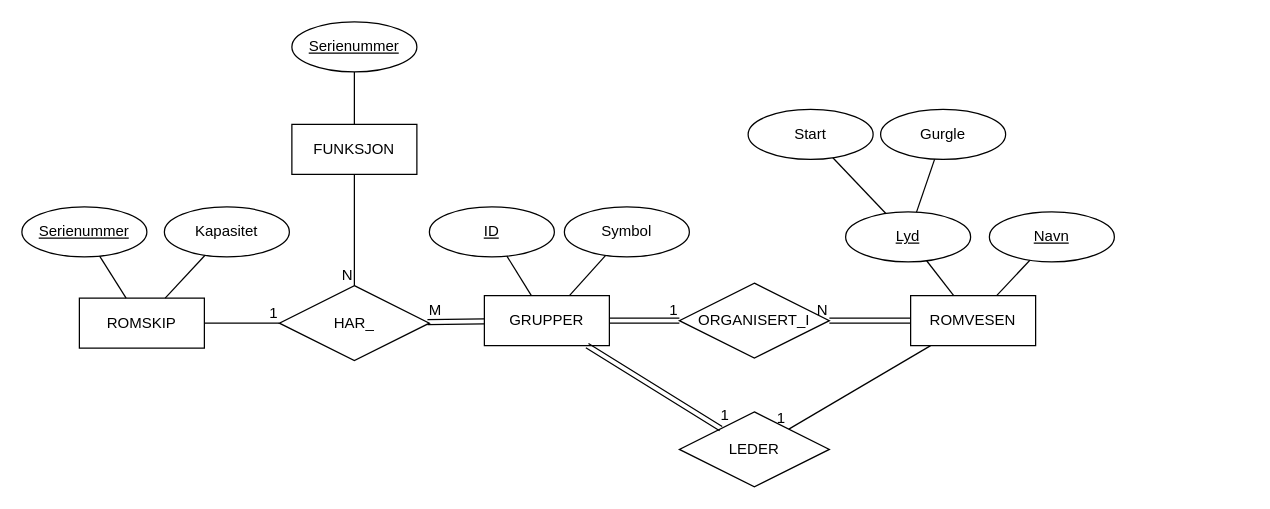
harepus/in2090 keeps this draw.io diagram as oppgave3.drawio. Above is the earlier version. Source tidied: cells renumbered, new cells numbered last; positions are measured from the earlier drawing's top-left corner, leaving out a move shared by most shapes. Both pictures are drawn from the tidied source at 125%, with x=0, y=0 at pixel (21, 21).
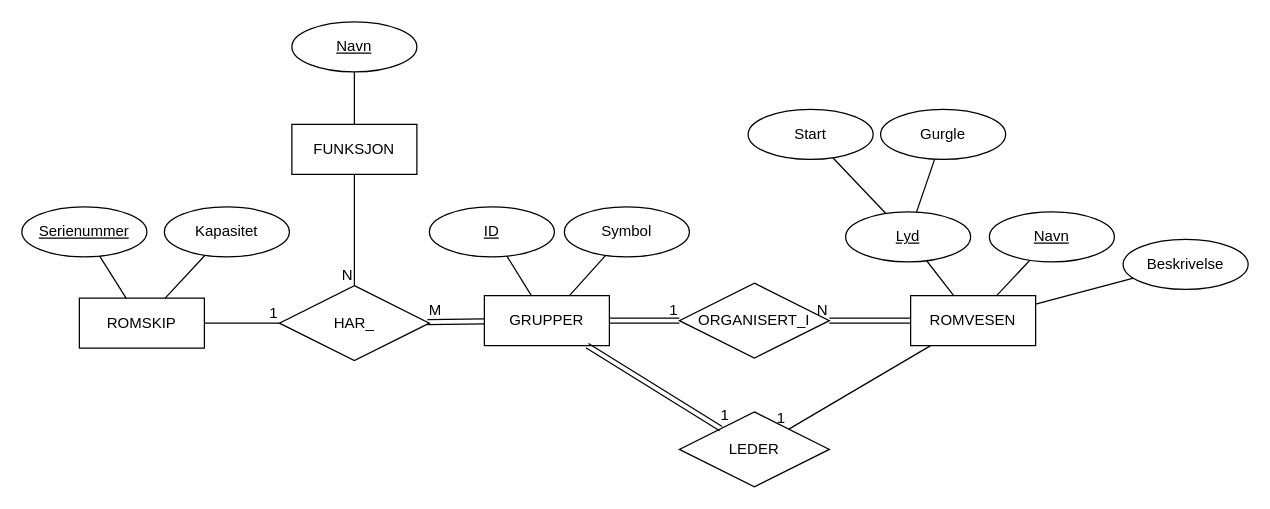
The same page after the edit.

The change refers to these unchanged cells:
```xml
<mxCell id="2" value="ROMVESEN" style="whiteSpace=wrap;html=1;align=center;" parent="1" vertex="1">
  <mxGeometry x="711" y="219" width="100" height="40" as="geometry" />
</mxCell>
```

Diff of the diagram source:
```diff
@@
-    <mxCell id="31" value="Serienummer" style="ellipse;whiteSpace=wrap;html=1;align=center;fontStyle=4;" parent="1" vertex="1">
+    <mxCell id="31" value="Navn" style="ellipse;whiteSpace=wrap;html=1;align=center;fontStyle=4;" parent="1" vertex="1">
       <mxGeometry x="216" width="100" height="40" as="geometry" />
     </mxCell>
@@
+    <mxCell id="41" value="Beskrivelse" style="ellipse;whiteSpace=wrap;html=1;align=center;" parent="1" vertex="1">
+      <mxGeometry x="881" y="174" width="100" height="40" as="geometry" />
+    </mxCell>
+    <mxCell id="42" style="endArrow=none;html=1;rounded=0;" parent="1" edge="1" source="2" target="41">
+      <mxGeometry relative="1" as="geometry" />
+    </mxCell>
```
